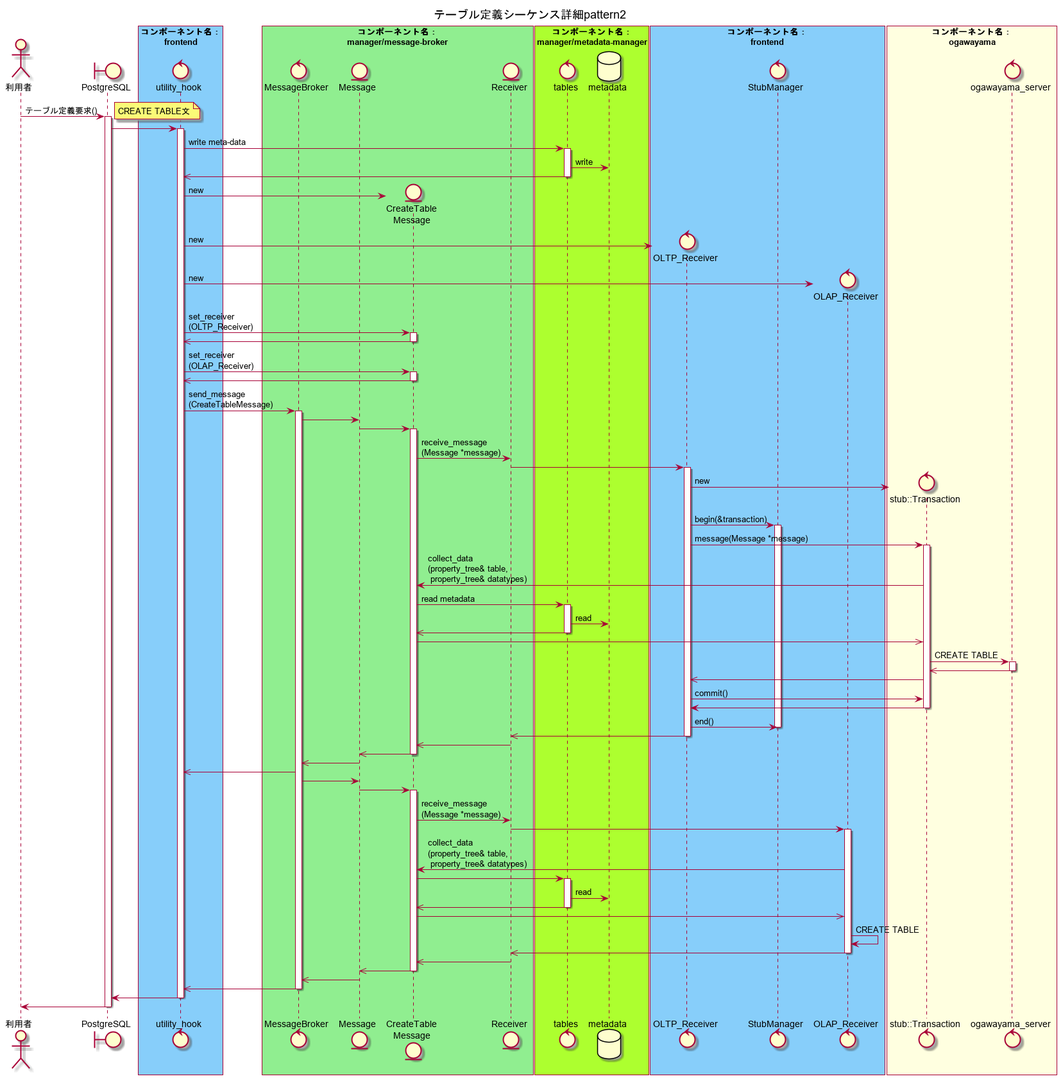
project-tsurugi/tsurugi_fdw keeps this PlantUML diagram as docs/design/img/out/CREATE_TABLE_detail/テーブル定義シーケンス詳細pattern2.png. Above is the earlier version.
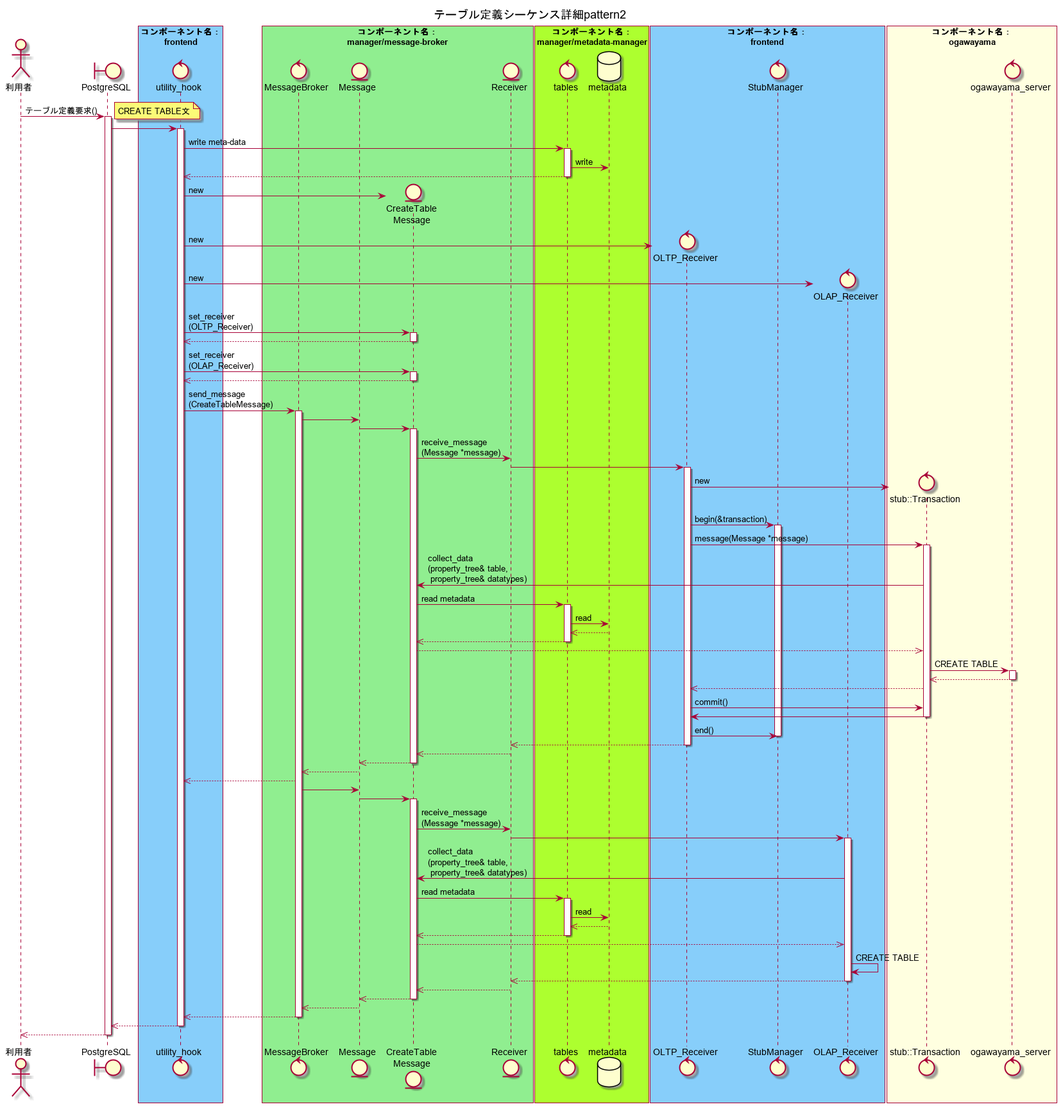
The same file after the commit.

Commit message:
Fix some wrong sequence of sequence diagram

What changed in the source:
```diff
@@ -43,7 +43,7 @@
   utility_hook -> tables : write meta-data
   activate tables
     tables -> metadata : write
-    utility_hook <<- tables
+    utility_hook <<-- tables
   deactivate tables
 
   create concrete_message
@@ -55,11 +55,11 @@
 
   utility_hook -> concrete_message : set_receiver\n(OLTP_Receiver)
   activate concrete_message
-    utility_hook <<- concrete_message
+    utility_hook <<-- concrete_message
   deactivate concrete_message
   utility_hook -> concrete_message : set_receiver\n(OLAP_Receiver)
   activate concrete_message
-    utility_hook <<- concrete_message
+    utility_hook <<-- concrete_message
   deactivate concrete_message
 
   utility_hook -> MessageBroker : send_message\n(CreateTableMessage)
@@ -82,26 +82,27 @@
     concrete_message -> tables : read metadata
       activate tables
       tables -> metadata : read
-      concrete_message <<- tables
+      tables <<-- metadata
+      concrete_message <<-- tables
       deactivate tables
-        tran <<- concrete_message
+        tran <<-- concrete_message
         tran -> ogawayama_server : CREATE TABLE
           activate ogawayama_server
-            tran <<- ogawayama_server
+            tran <<-- ogawayama_server
           deactivate ogawayama_server
-        oltp_receiver <<- tran
+        oltp_receiver <<-- tran
         oltp_receiver -> tran : commit()
         tran -> oltp_receiver
       deactivate tran
     oltp_receiver -> StubManager : end()
     deactivate StubManager
-    Receiver <<- oltp_receiver
+    Receiver <<-- oltp_receiver
     deactivate oltp_receiver
-    concrete_message <<- Receiver
-  Message <<- concrete_message
+    concrete_message <<-- Receiver
+  Message <<-- concrete_message
   deactivate concrete_message
-  MessageBroker <<- Message
-  utility_hook <<- MessageBroker
+  MessageBroker <<-- Message
+  utility_hook <<-- MessageBroker
   MessageBroker -> Message
   Message -> concrete_message
   activate concrete_message
@@ -109,24 +110,25 @@
     Receiver -> olap_receiver
     activate olap_receiver
       olap_receiver -> concrete_message: collect_data\n(property_tree& table,\n property_tree& datatypes)
-      concrete_message -> tables
+      concrete_message -> tables: read metadata
       activate tables
       tables -> metadata : read
-      concrete_message <<- tables
+      tables <<-- metadata
+      concrete_message <<-- tables
       deactivate tables
-      olap_receiver <<- concrete_message
+      olap_receiver <<-- concrete_message
       olap_receiver -> olap_receiver : CREATE TABLE
-      Receiver <<- olap_receiver
+      Receiver <<-- olap_receiver
       deactivate olap_receiver
-      concrete_message <<- Receiver
-  Message <<- concrete_message
+      concrete_message <<-- Receiver
+  Message <<-- concrete_message
   deactivate concrete_message
-  MessageBroker <<- Message
-  utility_hook <<- MessageBroker
+  MessageBroker <<-- Message
+  utility_hook <<-- MessageBroker
   deactivate MessageBroker
-utility_hook -> PostgreSQL
+PostgreSQL <<-- utility_hook
 deactivate utility_hook
-PostgreSQL -> 利用者
+利用者 <<-- PostgreSQL
 deactivate PostgreSQL
 
 @enduml
```
